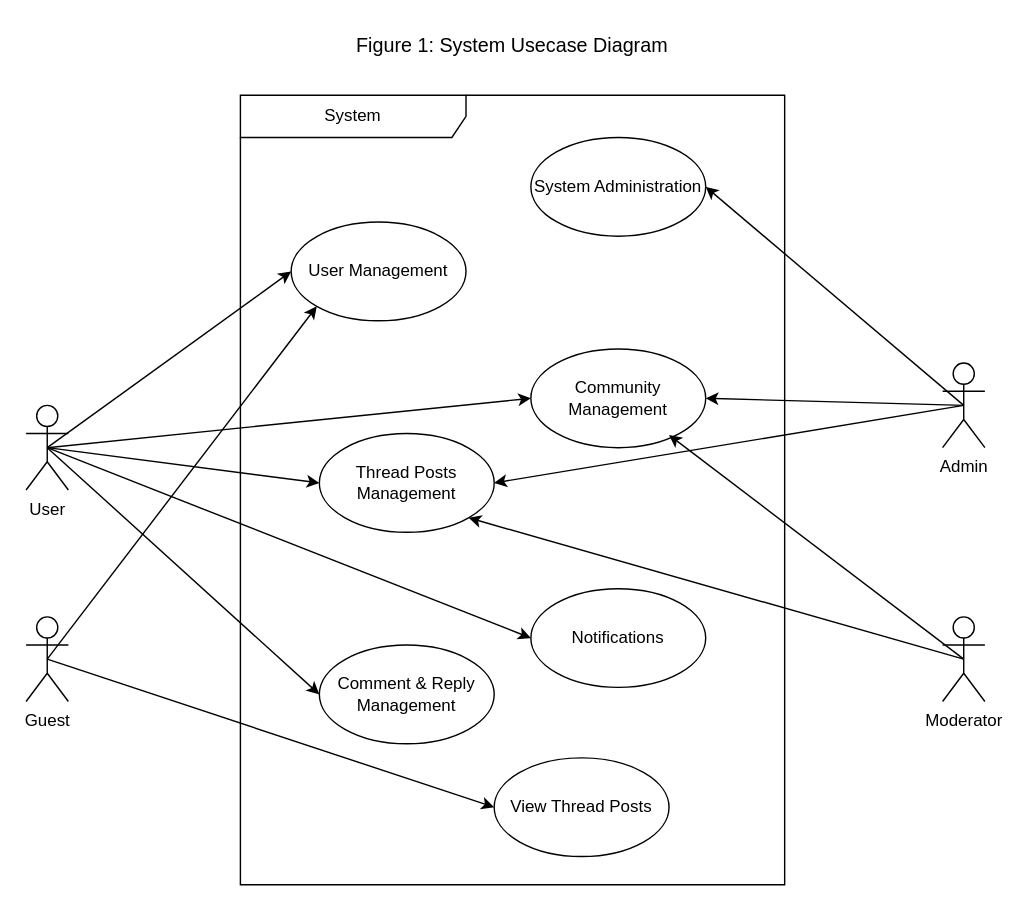
The draw.io diagram page "Figure1" (1 of 7) of diagrams/stream_usecase.drawio in christiangarcia0311/snsu-community-forum-app, before the edit. Source tidied: cells renumbered, new cells numbered last; positions are measured from the earlier drawing's top-left corner, leaving out a move shared by most shapes. Both pictures are drawn from the tidied source at 141%, with x=0, y=0 at pixel (25, 24).
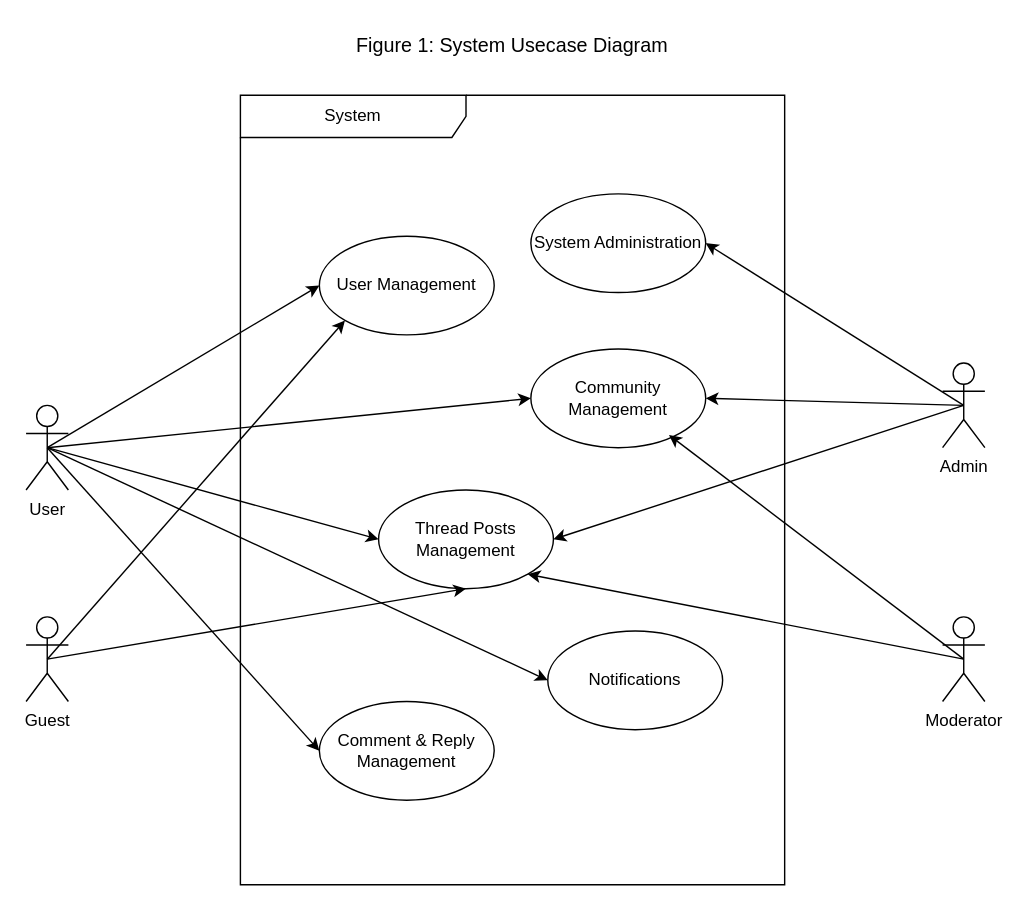
The same page after the edit.

Unchanged cells that the change refers to:
```xml
<mxCell id="3" value="System" style="shape=umlFrame;whiteSpace=wrap;html=1;width=160;" parent="1" vertex="1">
  <mxGeometry x="152" y="50" width="386" height="560" as="geometry" />
</mxCell>
<mxCell id="19" value="Guest" style="shape=umlActor;verticalLabelPosition=bottom;verticalAlign=top;html=1;" parent="1" vertex="1">
  <mxGeometry y="420" width="30" height="60" as="geometry" />
</mxCell>
```

What changed in the source:
```diff
@@
     <mxCell id="4" value="User Management" style="ellipse;html=1;whiteSpace=wrap;" parent="3" vertex="1">
-      <mxGeometry x="36" y="90" width="124" height="70" as="geometry" />
+      <mxGeometry x="56" y="100" width="124" height="70" as="geometry" />
     </mxCell>
     <mxCell id="5" value="Thread Posts Management" style="ellipse;html=1;whiteSpace=wrap;" parent="3" vertex="1">
-      <mxGeometry x="56" y="240" width="124" height="70" as="geometry" />
+      <mxGeometry x="98" y="280" width="124" height="70" as="geometry" />
     </mxCell>
     <mxCell id="6" value="Comment &amp;amp; Reply Management" style="ellipse;html=1;whiteSpace=wrap;" parent="3" vertex="1">
-      <mxGeometry x="56" y="390" width="124" height="70" as="geometry" />
+      <mxGeometry x="56" y="430" width="124" height="70" as="geometry" />
     </mxCell>
@@
     <mxCell id="8" value="Notifications" style="ellipse;html=1;whiteSpace=wrap;" parent="3" vertex="1">
-      <mxGeometry x="206" y="350" width="124" height="70" as="geometry" />
+      <mxGeometry x="218" y="380" width="124" height="70" as="geometry" />
     </mxCell>
     <mxCell id="9" value="System Administration" style="ellipse;html=1;whiteSpace=wrap;" parent="3" vertex="1">
-      <mxGeometry x="206" y="30" width="124" height="70" as="geometry" />
+      <mxGeometry x="206" y="70" width="124" height="70" as="geometry" />
     </mxCell>
-    <mxCell id="10" value="View Thread Posts" style="ellipse;html=1;whiteSpace=wrap;" parent="3" vertex="1">
-      <mxGeometry x="180" y="470" width="124" height="70" as="geometry" />
-    </mxCell>
@@
-    <mxCell id="18" style="rounded=0;jettySize=auto;html=1;exitX=0.5;exitY=0.5;exitDx=0;exitDy=0;exitPerimeter=0;entryX=0;entryY=0.5;entryDx=0;entryDy=0;" parent="1" edge="1" source="19" target="10">
-      <mxGeometry relative="1" as="geometry" />
-    </mxCell>
+    <mxCell id="27" style="rounded=0;jettySize=auto;html=1;exitX=0.5;exitY=0.5;exitDx=0;exitDy=0;exitPerimeter=0;entryX=0.5;entryY=1;entryDx=0;entryDy=0;" parent="1" edge="1" source="19" target="5">
+      <mxGeometry relative="1" as="geometry" />
+    </mxCell>
```
